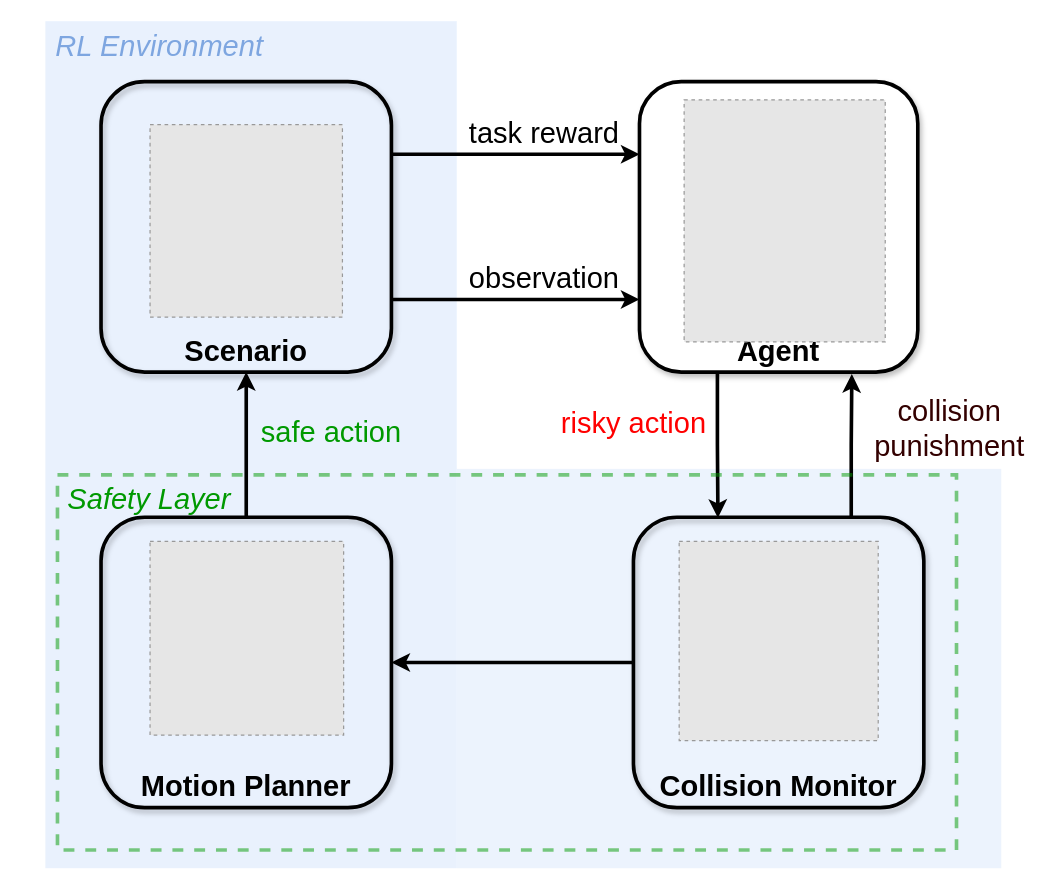
Above: page "Page-5" (5 of 5) of Untitled Diagram.drawio in Gaoyuan-Liu/debug (draw.io), before the change. Source tidied: cells renumbered, new cells numbered last; positions are measured from the earlier drawing's top-left corner, leaving out a move shared by most shapes. Both pictures are drawn from the tidied source at 121%, with x=0, y=0 at pixel (45, 21). Pictures stored in the file or linked from it are replaced by grey dashed boxes.
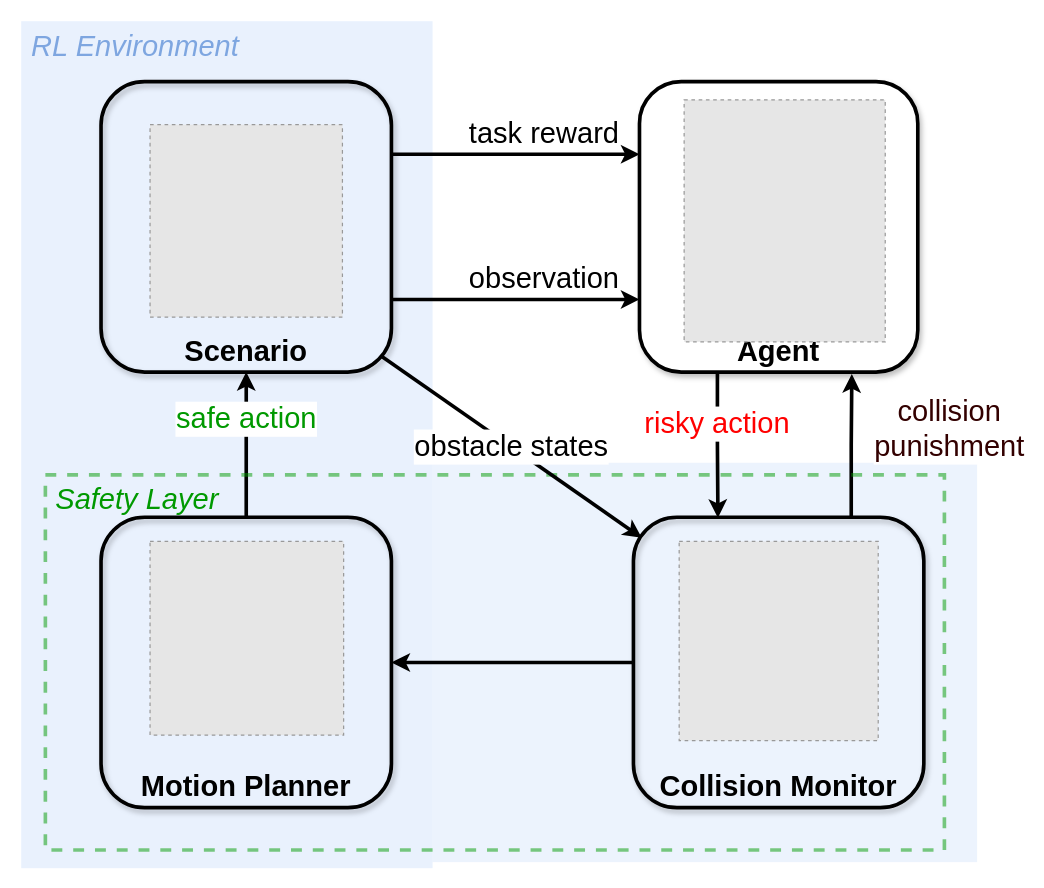
The same diagram, later.

Unchanged cells that the change refers to:
```xml
<mxCell id="7" value="Motion Planner" style="rounded=1;whiteSpace=wrap;html=1;glass=0;shadow=1;fontSize=24;verticalAlign=bottom;fontStyle=1;strokeWidth=3;fillColor=none;" parent="1" vertex="1">
  <mxGeometry x="46" y="410" width="240" height="240" as="geometry" />
</mxCell>
<mxCell id="10" value="Collision Monitor" style="rounded=1;whiteSpace=wrap;html=1;glass=0;shadow=1;fontSize=24;verticalAlign=bottom;fontStyle=1;strokeWidth=3;fillColor=none;" parent="1" vertex="1">
  <mxGeometry x="486" y="410" width="240" height="240" as="geometry" />
</mxCell>
<mxCell id="12" value="Agent" style="rounded=1;whiteSpace=wrap;html=1;glass=0;shadow=1;fontSize=24;fontStyle=1;verticalAlign=bottom;strokeWidth=3;" parent="1" vertex="1">
  <mxGeometry x="491" y="50" width="230" height="240" as="geometry" />
</mxCell>
<mxCell id="17" value="Scenario" style="rounded=1;whiteSpace=wrap;html=1;glass=0;shadow=1;fontSize=24;verticalAlign=bottom;fontStyle=1;strokeWidth=3;fillColor=none;" parent="1" vertex="1">
  <mxGeometry x="46" y="50" width="240" height="240" as="geometry" />
</mxCell>
```

Change to the diagram source:
```diff
@@
     <mxCell id="2" style="rounded=1;whiteSpace=wrap;html=1;shadow=0;glass=0;fontSize=24;strokeWidth=3;verticalAlign=top;arcSize=0;align=left;opacity=50;fillColor=#dae8fc;strokeColor=none;" parent="1" vertex="1">
-      <mxGeometry x="340" y="370" width="450" height="330" as="geometry" />
+      <mxGeometry x="320" y="365" width="450" height="330" as="geometry" />
     </mxCell>
     <mxCell id="3" value="&lt;i style=&quot;font-size: 24px;&quot;&gt;&lt;font color=&quot;#7ea6e0&quot; style=&quot;font-size: 24px;&quot;&gt;&amp;nbsp;RL Environment&lt;/font&gt;&lt;/i&gt;" style="rounded=1;whiteSpace=wrap;html=1;shadow=0;glass=0;fontSize=24;strokeWidth=3;verticalAlign=top;arcSize=0;align=left;fillColor=#dae8fc;opacity=60;strokeColor=none;" parent="1" vertex="1">
-      <mxGeometry width="340" height="700" as="geometry" />
+      <mxGeometry x="-20" width="340" height="700" as="geometry" />
     </mxCell>
@@
-    <mxCell id="6" value="&lt;font color=&quot;#009900&quot; style=&quot;font-size: 24px;&quot;&gt;safe action&lt;/font&gt;" style="edgeStyle=orthogonalEdgeStyle;rounded=0;jettySize=auto;html=1;exitX=0.5;exitY=0;exitDx=0;exitDy=0;entryX=0.5;entryY=1;entryDx=0;entryDy=0;fontSize=24;strokeWidth=3;labelBackgroundColor=none;" parent="1" edge="1" source="7" target="17">
-      <mxGeometry x="0.17" y="-70" relative="1" as="geometry">
-        <Array as="points">
-          <mxPoint x="166" y="330" />
-          <mxPoint x="166" y="330" />
-        </Array>
-      </mxGeometry>
+    <mxCell id="6" value="&lt;font style=&quot;font-size: 24px&quot; color=&quot;#009900&quot;&gt;safe action&lt;/font&gt;" style="edgeStyle=orthogonalEdgeStyle;rounded=0;jettySize=auto;html=1;exitX=0.5;exitY=0;exitDx=0;exitDy=0;entryX=0.5;entryY=1;entryDx=0;entryDy=0;strokeWidth=3;verticalAlign=middle;" parent="1" edge="1" source="7" target="17">
+      <mxGeometry x="0.35" relative="1" as="geometry" />
     </mxCell>
@@
     <mxCell id="11" value="&lt;font color=&quot;#ff0000&quot; style=&quot;font-size: 24px;&quot;&gt;risky action&lt;/font&gt;" style="edgeStyle=orthogonalEdgeStyle;rounded=0;jettySize=auto;html=1;exitX=0.28;exitY=1;exitDx=0;exitDy=0;fontSize=24;fontColor=#3333FF;strokeWidth=3;verticalAlign=bottom;entryX=0.291;entryY=0.002;entryDx=0;entryDy=0;entryPerimeter=0;exitPerimeter=0;" parent="1" edge="1" source="12" target="10">
-      <mxGeometry x="-0.01" y="-69" relative="1" as="geometry">
-        <mxPoint x="-1" as="offset" />
+      <mxGeometry relative="1" as="geometry">
+        <Array as="points">
+          <mxPoint x="556" y="350" />
+          <mxPoint x="556" y="350" />
+        </Array>
       </mxGeometry>
     </mxCell>
@@
     <mxCell id="18" value="&lt;font color=&quot;#009900&quot; style=&quot;font-size: 24px;&quot;&gt;&lt;i style=&quot;font-size: 24px;&quot;&gt;&amp;nbsp;Safety Layer&lt;/i&gt;&lt;/font&gt;" style="rounded=1;whiteSpace=wrap;html=1;shadow=0;glass=0;fontSize=24;strokeWidth=3;verticalAlign=top;opacity=50;fillColor=none;strokeColor=#009900;arcSize=0;align=left;dashed=1;" parent="1" vertex="1">
-      <mxGeometry x="10" y="375" width="743" height="310" as="geometry" />
+      <mxGeometry y="375" width="743" height="310" as="geometry" />
     </mxCell>
+    <mxCell id="19" value="&lt;font style=&quot;font-size: 24px&quot;&gt;obstacle states&lt;/font&gt;" style="endArrow=classic;html=1;entryX=0.029;entryY=0.071;entryDx=0;entryDy=0;entryPerimeter=0;strokeWidth=3;exitX=0.967;exitY=0.946;exitDx=0;exitDy=0;exitPerimeter=0;" parent="1" edge="1" source="17" target="10">
+      <mxGeometry relative="1" as="geometry" />
+    </mxCell>
```
